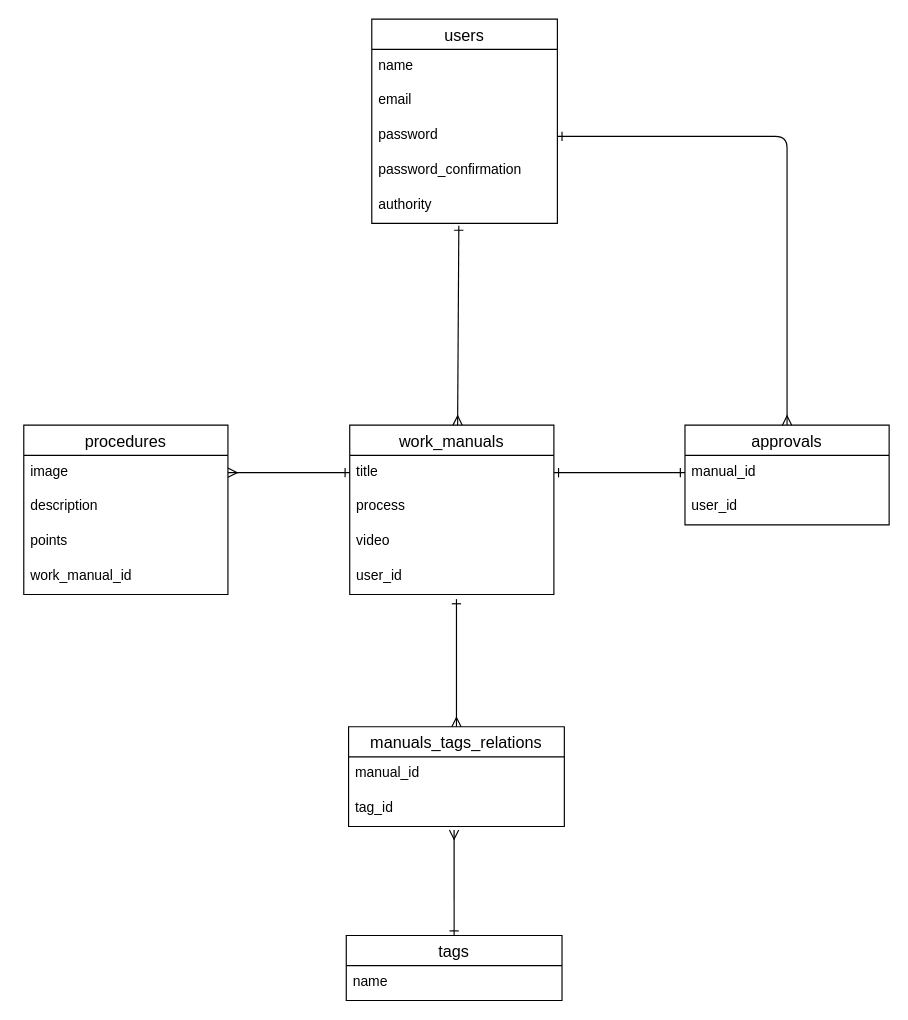
Above: page "ER図" (1 of 2) of ER .dio in shotaoba/manual (draw.io), before the change. Source tidied: cells renumbered, new cells numbered last; positions are measured from the earlier drawing's top-left corner, leaving out a move shared by most shapes. Both pictures are drawn from the tidied source at 116%, with x=0, y=0 at pixel (23, 19).
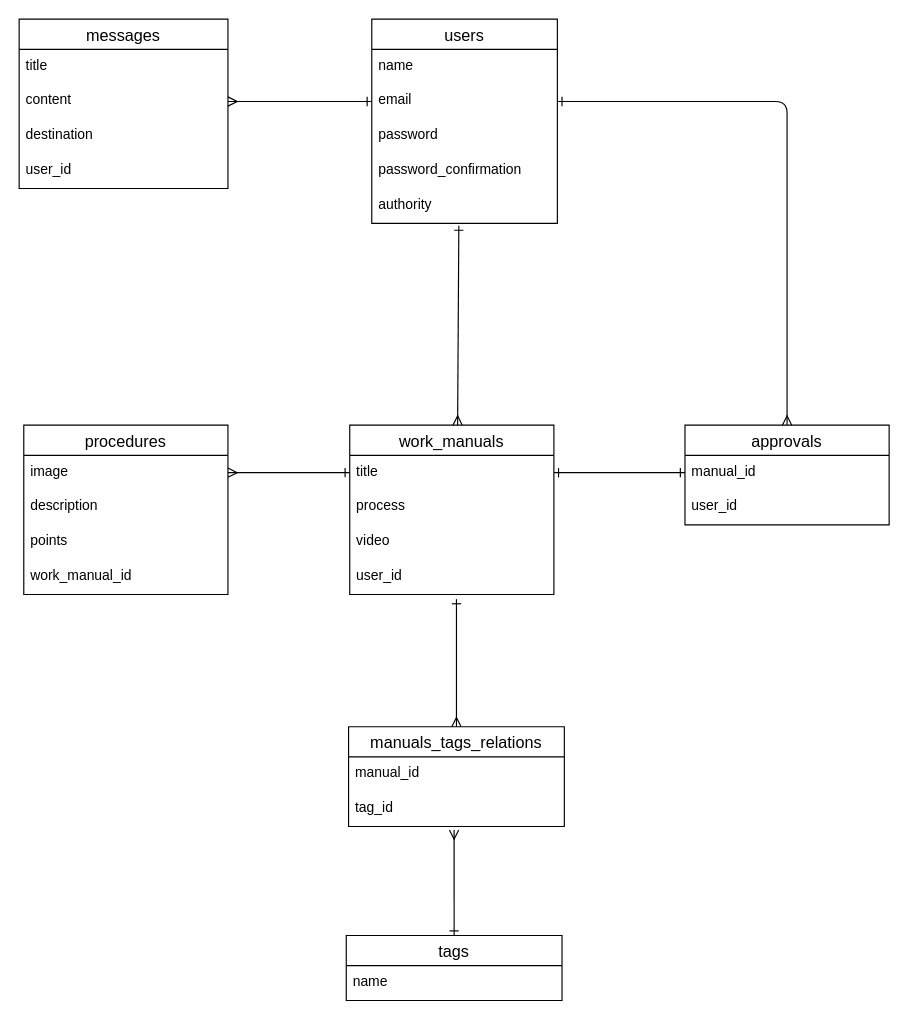
After the change.

Unchanged cells that the change refers to:
```xml
<mxCell id="9" value="email" style="text;strokeColor=none;fillColor=none;spacingLeft=4;spacingRight=4;overflow=hidden;points=[[0,0.5],[1,0.5]];portConstraint=eastwest;fontSize=12;" parent="7" vertex="1">
  <mxGeometry y="56" width="160" height="30" as="geometry" />
</mxCell>
<mxCell id="10" value="password" style="text;strokeColor=none;fillColor=none;spacingLeft=4;spacingRight=4;overflow=hidden;points=[[0,0.5],[1,0.5]];portConstraint=eastwest;fontSize=12;" parent="7" vertex="1">
  <mxGeometry y="86" width="160" height="30" as="geometry" />
</mxCell>
<mxCell id="21" value="approvals" style="swimlane;fontStyle=0;horizontal=1;startSize=26;align=center;fontSize=14;" parent="1" vertex="1">
  <mxGeometry x="570" y="350" width="176" height="86" as="geometry" />
</mxCell>
```

Diff of the diagram source:
```diff
@@
-    <mxCell id="31" style="fontSize=12;html=1;endArrow=ERmany;startArrow=ERone;exitX=1;exitY=0.5;exitDx=0;exitDy=0;startFill=0;endFill=0;entryX=0.5;entryY=0;entryDx=0;entryDy=0;edgeStyle=orthogonalEdgeStyle;" parent="1" edge="1" source="10" target="21">
+    <mxCell id="31" style="fontSize=12;html=1;endArrow=ERmany;startArrow=ERone;exitX=1;exitY=0.5;exitDx=0;exitDy=0;startFill=0;endFill=0;entryX=0.5;entryY=0;entryDx=0;entryDy=0;edgeStyle=orthogonalEdgeStyle;" parent="1" edge="1" source="9" target="21">
       <mxGeometry relative="1" as="geometry" />
     </mxCell>
+    <mxCell id="32" value="messages" style="swimlane;fontStyle=0;horizontal=1;startSize=26;align=center;fontSize=14;" parent="1" vertex="1">
+      <mxGeometry x="-4" width="180" height="146" as="geometry" />
+    </mxCell>
+    <mxCell id="33" value="title" style="text;strokeColor=none;fillColor=none;spacingLeft=4;spacingRight=4;overflow=hidden;fontSize=12;" parent="32" vertex="1">
+      <mxGeometry y="26" width="180" height="30" as="geometry" />
+    </mxCell>
+    <mxCell id="34" value="content" style="text;strokeColor=none;fillColor=none;spacingLeft=4;spacingRight=4;overflow=hidden;points=[[0,0.5],[1,0.5]];portConstraint=eastwest;fontSize=12;" parent="32" vertex="1">
+      <mxGeometry y="56" width="180" height="30" as="geometry" />
+    </mxCell>
+    <mxCell id="35" value="destination" style="text;strokeColor=none;fillColor=none;spacingLeft=4;spacingRight=4;overflow=hidden;fontSize=12;" parent="32" vertex="1">
+      <mxGeometry y="86" width="180" height="30" as="geometry" />
+    </mxCell>
+    <mxCell id="36" value="user_id" style="text;strokeColor=none;fillColor=none;spacingLeft=4;spacingRight=4;overflow=hidden;fontSize=12;" parent="32" vertex="1">
+      <mxGeometry y="116" width="180" height="30" as="geometry" />
+    </mxCell>
+    <mxCell id="37" style="edgeStyle=orthogonalEdgeStyle;rounded=0;jettySize=auto;html=1;exitX=1;exitY=0.5;exitDx=0;exitDy=0;entryX=0;entryY=0.5;entryDx=0;entryDy=0;startArrow=ERmany;startFill=0;endArrow=ERone;endFill=0;" parent="1" edge="1" source="34" target="9">
+      <mxGeometry relative="1" as="geometry">
+        <Array as="points">
+          <mxPoint x="270" y="71" />
+          <mxPoint x="270" y="71" />
+        </Array>
+      </mxGeometry>
+    </mxCell>
```
